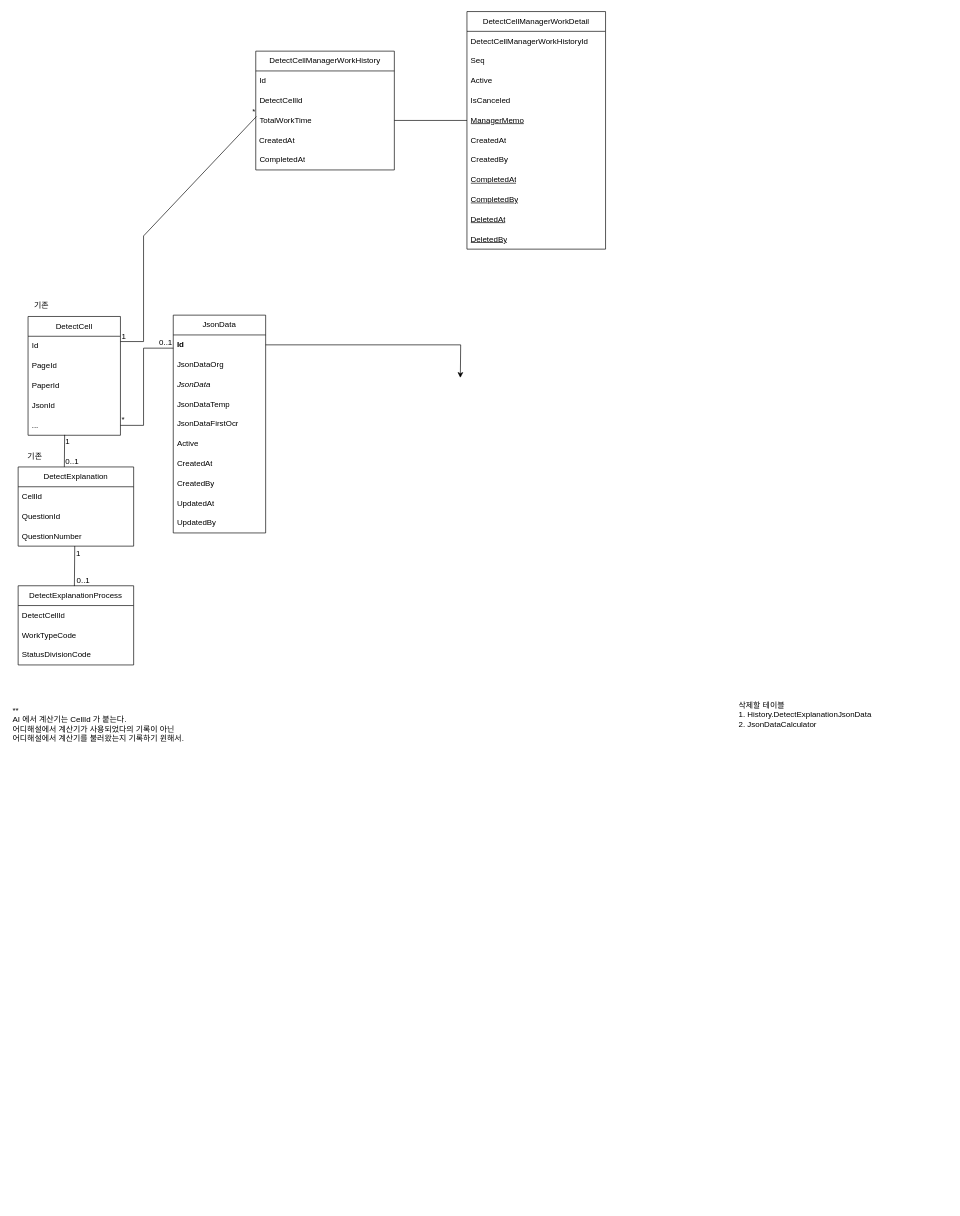
This is 해설계산기.drawio from hyeonzx/Explanation_Calculator, a draw.io file, before an edit. Source tidied: cells renumbered, new cells numbered last; positions are measured from the earlier drawing's top-left corner, leaving out a move shared by most shapes. Both pictures are drawn from the tidied source at 66%, with x=0, y=0 at pixel (11, 11).
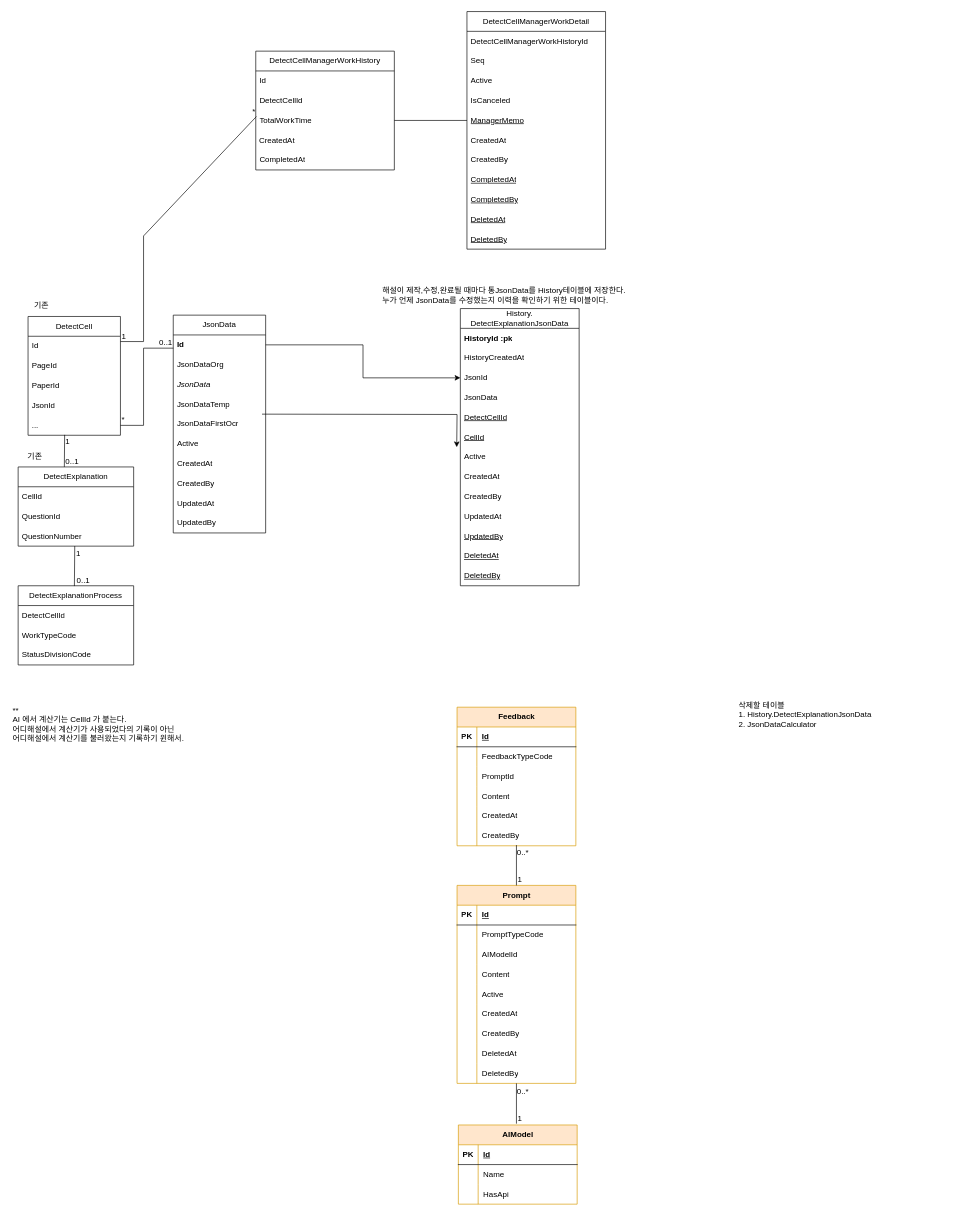
Above is the later version.

Commit message (it also covers changes not shown here):
해설계산기.drawio 업데이트

The change refers to these unchanged cells:
```xml
<mxCell id="3" value="&lt;b&gt;Id&lt;/b&gt;" style="text;strokeColor=none;fillColor=none;align=left;verticalAlign=middle;spacingLeft=4;spacingRight=4;overflow=hidden;points=[[0,0.5],[1,0.5]];portConstraint=eastwest;whiteSpace=wrap;html=1;" parent="2" vertex="1">
  <mxGeometry y="30" width="140" height="30" as="geometry" />
</mxCell>
```

Change to the diagram source:
```diff
@@
+    <mxCell id="63" value="History.&lt;div&gt;DetectExplanationJsonData&lt;/div&gt;" style="swimlane;fontStyle=0;horizontal=1;startSize=30;whiteSpace=wrap;html=1;" parent="1" vertex="1">
+      <mxGeometry x="680" y="450" width="180" height="420" as="geometry" />
+    </mxCell>
+    <mxCell id="64" value="&lt;b&gt;HistoryId :pk&lt;/b&gt;" style="text;strokeColor=none;fillColor=none;align=left;verticalAlign=middle;spacingLeft=4;spacingRight=4;overflow=hidden;whiteSpace=wrap;html=1;" parent="63" vertex="1">
+      <mxGeometry y="30" width="180" height="30" as="geometry" />
+    </mxCell>
+    <mxCell id="65" value="HistoryCreatedAt" style="text;strokeColor=none;fillColor=none;align=left;verticalAlign=middle;spacingLeft=4;spacingRight=4;overflow=hidden;whiteSpace=wrap;html=1;" parent="63" vertex="1">
+      <mxGeometry y="60" width="180" height="30" as="geometry" />
+    </mxCell>
+    <mxCell id="66" value="JsonId" style="text;strokeColor=none;fillColor=none;align=left;verticalAlign=middle;spacingLeft=4;spacingRight=4;overflow=hidden;points=[[0,0.5],[1,0.5]];portConstraint=eastwest;whiteSpace=wrap;html=1;" parent="63" vertex="1">
+      <mxGeometry y="90" width="180" height="30" as="geometry" />
+    </mxCell>
+    <mxCell id="67" value="JsonData" style="text;strokeColor=none;fillColor=none;align=left;verticalAlign=middle;spacingLeft=4;spacingRight=4;overflow=hidden;whiteSpace=wrap;html=1;" parent="63" vertex="1">
+      <mxGeometry y="120" width="180" height="30" as="geometry" />
+    </mxCell>
+    <mxCell id="68" value="&lt;u&gt;DetectCellId&lt;/u&gt;" style="text;strokeColor=none;fillColor=none;align=left;verticalAlign=middle;spacingLeft=4;spacingRight=4;overflow=hidden;whiteSpace=wrap;html=1;" parent="63" vertex="1">
+      <mxGeometry y="150" width="180" height="30" as="geometry" />
+    </mxCell>
+    <mxCell id="69" value="&lt;u&gt;CellId&lt;/u&gt;" style="text;strokeColor=none;fillColor=none;align=left;verticalAlign=middle;spacingLeft=4;spacingRight=4;overflow=hidden;whiteSpace=wrap;html=1;" parent="63" vertex="1">
+      <mxGeometry y="180" width="180" height="30" as="geometry" />
+    </mxCell>
+    <mxCell id="70" value="Active" style="text;strokeColor=none;fillColor=none;align=left;verticalAlign=middle;spacingLeft=4;spacingRight=4;overflow=hidden;whiteSpace=wrap;html=1;" parent="63" vertex="1">
+      <mxGeometry y="210" width="180" height="30" as="geometry" />
+    </mxCell>
+    <mxCell id="71" value="CreatedAt" style="text;strokeColor=none;fillColor=none;align=left;verticalAlign=middle;spacingLeft=4;spacingRight=4;overflow=hidden;whiteSpace=wrap;html=1;" parent="63" vertex="1">
+      <mxGeometry y="240" width="180" height="30" as="geometry" />
+    </mxCell>
+    <mxCell id="72" value="CreatedBy" style="text;strokeColor=none;fillColor=none;align=left;verticalAlign=middle;spacingLeft=4;spacingRight=4;overflow=hidden;whiteSpace=wrap;html=1;" parent="63" vertex="1">
+      <mxGeometry y="270" width="180" height="30" as="geometry" />
+    </mxCell>
+    <mxCell id="73" value="UpdatedAt" style="text;strokeColor=none;fillColor=none;align=left;verticalAlign=middle;spacingLeft=4;spacingRight=4;overflow=hidden;whiteSpace=wrap;html=1;" parent="63" vertex="1">
+      <mxGeometry y="300" width="180" height="30" as="geometry" />
+    </mxCell>
+    <mxCell id="74" value="&lt;u&gt;UpdatedBy&lt;/u&gt;" style="text;strokeColor=none;fillColor=none;align=left;verticalAlign=middle;spacingLeft=4;spacingRight=4;overflow=hidden;whiteSpace=wrap;html=1;" parent="63" vertex="1">
+      <mxGeometry y="330" width="180" height="30" as="geometry" />
+    </mxCell>
+    <mxCell id="75" value="&lt;u&gt;DeletedAt&lt;/u&gt;" style="text;strokeColor=none;fillColor=none;align=left;verticalAlign=middle;spacingLeft=4;spacingRight=4;overflow=hidden;whiteSpace=wrap;html=1;" parent="63" vertex="1">
+      <mxGeometry y="360" width="180" height="30" as="geometry" />
+    </mxCell>
+    <mxCell id="76" value="&lt;u&gt;DeletedBy&lt;/u&gt;" style="text;strokeColor=none;fillColor=none;align=left;verticalAlign=middle;spacingLeft=4;spacingRight=4;overflow=hidden;whiteSpace=wrap;html=1;" parent="63" vertex="1">
+      <mxGeometry y="390" width="180" height="30" as="geometry" />
+    </mxCell>
@@
-    <mxCell id="20" style="edgeStyle=orthogonalEdgeStyle;rounded=0;jettySize=auto;html=1;exitX=1;exitY=0.5;exitDx=0;exitDy=0;entryX=0;entryY=0.5;entryDx=0;entryDy=0;" parent="1" edge="1" source="3">
-      <mxGeometry relative="1" as="geometry">
-        <mxPoint x="680" y="555" as="targetPoint" />
-      </mxGeometry>
+    <mxCell id="20" style="edgeStyle=orthogonalEdgeStyle;rounded=0;jettySize=auto;html=1;exitX=1;exitY=0.5;exitDx=0;exitDy=0;entryX=0;entryY=0.5;entryDx=0;entryDy=0;" parent="1" edge="1" source="3" target="66">
+      <mxGeometry relative="1" as="geometry" />
     </mxCell>
+    <mxCell id="77" value="해설이 제작,수정,완료될 때마다 통JsonData를 History테이블에 저장한다.&lt;br&gt;누가 언제 JsonData를 수정했는지 이력을 확인하기 위한 테이블이다." style="text;html=1;align=left;verticalAlign=middle;strokeColor=none;fillColor=none;" parent="1" vertex="1">
+      <mxGeometry x="560" y="410" width="410" height="40" as="geometry" />
+    </mxCell>
@@
+    <mxCell id="78" value="Feedback" style="shape=table;startSize=30;childLayout=tableLayout;rowLines=0;fontStyle=1;align=center;html=1;fillColor=#ffe6cc;strokeColor=#d79b00;" parent="1" vertex="1">
+      <mxGeometry x="675" y="1054" width="180" height="210" as="geometry" />
+    </mxCell>
+    <mxCell id="79" style="shape=tableRow;horizontal=0;startSize=0;swimlaneHead=0;swimlaneBody=0;fillColor=none;top=0;left=0;right=0;bottom=1;" parent="78" vertex="1">
+      <mxGeometry y="30" width="180" height="30" as="geometry" />
+    </mxCell>
+    <mxCell id="80" value="PK" style="shape=partialRectangle;fillColor=none;top=0;left=0;bottom=0;right=0;fontStyle=1;overflow=hidden;whiteSpace=wrap;html=1;" parent="79" vertex="1">
+      <mxGeometry width="30" height="30" as="geometry" />
+    </mxCell>
+    <mxCell id="81" value="Id" style="shape=partialRectangle;fillColor=none;top=0;left=0;bottom=0;right=0;align=left;spacingLeft=6;fontStyle=5;overflow=hidden;whiteSpace=wrap;html=1;" parent="79" vertex="1">
+      <mxGeometry x="30" width="150" height="30" as="geometry" />
+    </mxCell>
+    <mxCell id="82" style="shape=tableRow;horizontal=0;startSize=0;swimlaneHead=0;swimlaneBody=0;fillColor=none;top=0;left=0;right=0;bottom=0;" parent="78" vertex="1">
+      <mxGeometry y="60" width="180" height="30" as="geometry" />
+    </mxCell>
+    <mxCell id="83" style="shape=partialRectangle;fillColor=none;top=0;left=0;bottom=0;right=0;overflow=hidden;whiteSpace=wrap;html=1;" parent="82" vertex="1">
+      <mxGeometry width="30" height="30" as="geometry" />
+    </mxCell>
+    <mxCell id="84" value="FeedbackTypeCode" style="shape=partialRectangle;fillColor=none;top=0;left=0;bottom=0;right=0;align=left;spacingLeft=6;overflow=hidden;whiteSpace=wrap;html=1;" parent="82" vertex="1">
+      <mxGeometry x="30" width="150" height="30" as="geometry" />
+    </mxCell>
+    <mxCell id="85" style="shape=tableRow;horizontal=0;startSize=0;swimlaneHead=0;swimlaneBody=0;fillColor=none;top=0;left=0;right=0;bottom=0;" parent="78" vertex="1">
+      <mxGeometry y="90" width="180" height="30" as="geometry" />
+    </mxCell>
+    <mxCell id="86" style="shape=partialRectangle;fillColor=none;top=0;left=0;bottom=0;right=0;overflow=hidden;whiteSpace=wrap;html=1;" parent="85" vertex="1">
+      <mxGeometry width="30" height="30" as="geometry" />
+    </mxCell>
+    <mxCell id="87" value="PromptId" style="shape=partialRectangle;fillColor=none;top=0;left=0;bottom=0;right=0;align=left;spacingLeft=6;overflow=hidden;whiteSpace=wrap;html=1;" parent="85" vertex="1">
+      <mxGeometry x="30" width="150" height="30" as="geometry" />
+    </mxCell>
+    <mxCell id="88" style="shape=tableRow;horizontal=0;startSize=0;swimlaneHead=0;swimlaneBody=0;fillColor=none;top=0;left=0;right=0;bottom=0;" parent="78" vertex="1">
+      <mxGeometry y="120" width="180" height="30" as="geometry" />
+    </mxCell>
+    <mxCell id="89" style="shape=partialRectangle;fillColor=none;top=0;left=0;bottom=0;right=0;overflow=hidden;whiteSpace=wrap;html=1;" parent="88" vertex="1">
+      <mxGeometry width="30" height="30" as="geometry" />
+    </mxCell>
+    <mxCell id="90" value="Content" style="shape=partialRectangle;fillColor=none;top=0;left=0;bottom=0;right=0;align=left;spacingLeft=6;overflow=hidden;whiteSpace=wrap;html=1;" parent="88" vertex="1">
+      <mxGeometry x="30" width="150" height="30" as="geometry" />
+    </mxCell>
+    <mxCell id="91" style="shape=tableRow;horizontal=0;startSize=0;swimlaneHead=0;swimlaneBody=0;fillColor=none;top=0;left=0;right=0;bottom=0;" parent="78" vertex="1">
+      <mxGeometry y="150" width="180" height="30" as="geometry" />
+    </mxCell>
+    <mxCell id="92" style="shape=partialRectangle;fillColor=none;top=0;left=0;bottom=0;right=0;overflow=hidden;whiteSpace=wrap;html=1;" parent="91" vertex="1">
+      <mxGeometry width="30" height="30" as="geometry" />
+    </mxCell>
+    <mxCell id="93" value="CreatedAt" style="shape=partialRectangle;fillColor=none;top=0;left=0;bottom=0;right=0;align=left;spacingLeft=6;overflow=hidden;whiteSpace=wrap;html=1;" parent="91" vertex="1">
+      <mxGeometry x="30" width="150" height="30" as="geometry" />
+    </mxCell>
+    <mxCell id="94" style="shape=tableRow;horizontal=0;startSize=0;swimlaneHead=0;swimlaneBody=0;fillColor=none;top=0;left=0;right=0;bottom=0;" parent="78" vertex="1">
+      <mxGeometry y="180" width="180" height="30" as="geometry" />
+    </mxCell>
+    <mxCell id="95" style="shape=partialRectangle;fillColor=none;top=0;left=0;bottom=0;right=0;overflow=hidden;whiteSpace=wrap;html=1;" parent="94" vertex="1">
+      <mxGeometry width="30" height="30" as="geometry" />
+    </mxCell>
+    <mxCell id="96" value="CreatedBy" style="shape=partialRectangle;fillColor=none;top=0;left=0;bottom=0;right=0;align=left;spacingLeft=6;overflow=hidden;whiteSpace=wrap;html=1;" parent="94" vertex="1">
+      <mxGeometry x="30" width="150" height="30" as="geometry" />
+    </mxCell>
+    <mxCell id="97" value="Prompt" style="shape=table;startSize=30;childLayout=tableLayout;rowLines=0;fontStyle=1;align=center;html=1;fillColor=#ffe6cc;strokeColor=#d79b00;" parent="1" vertex="1">
+      <mxGeometry x="675" y="1324" width="180" height="300" as="geometry" />
+    </mxCell>
+    <mxCell id="98" style="shape=tableRow;horizontal=0;startSize=0;swimlaneHead=0;swimlaneBody=0;fillColor=none;top=0;left=0;right=0;bottom=1;" parent="97" vertex="1">
+      <mxGeometry y="30" width="180" height="30" as="geometry" />
+    </mxCell>
+    <mxCell id="99" value="PK" style="shape=partialRectangle;fillColor=none;top=0;left=0;bottom=0;right=0;fontStyle=1;overflow=hidden;whiteSpace=wrap;html=1;" parent="98" vertex="1">
+      <mxGeometry width="30" height="30" as="geometry" />
+    </mxCell>
+    <mxCell id="100" value="Id" style="shape=partialRectangle;fillColor=none;top=0;left=0;bottom=0;right=0;align=left;spacingLeft=6;fontStyle=5;overflow=hidden;whiteSpace=wrap;html=1;" parent="98" vertex="1">
+      <mxGeometry x="30" width="150" height="30" as="geometry" />
+    </mxCell>
+    <mxCell id="101" style="shape=tableRow;horizontal=0;startSize=0;swimlaneHead=0;swimlaneBody=0;fillColor=none;top=0;left=0;right=0;bottom=0;" parent="97" vertex="1">
+      <mxGeometry y="60" width="180" height="30" as="geometry" />
+    </mxCell>
+    <mxCell id="102" style="shape=partialRectangle;fillColor=none;top=0;left=0;bottom=0;right=0;overflow=hidden;whiteSpace=wrap;html=1;" parent="101" vertex="1">
+      <mxGeometry width="30" height="30" as="geometry" />
+    </mxCell>
+    <mxCell id="103" value="PromptTypeCode" style="shape=partialRectangle;fillColor=none;top=0;left=0;bottom=0;right=0;align=left;spacingLeft=6;overflow=hidden;whiteSpace=wrap;html=1;" parent="101" vertex="1">
+      <mxGeometry x="30" width="150" height="30" as="geometry" />
+    </mxCell>
+    <mxCell id="104" style="shape=tableRow;horizontal=0;startSize=0;swimlaneHead=0;swimlaneBody=0;fillColor=none;top=0;left=0;right=0;bottom=0;" parent="97" vertex="1">
+      <mxGeometry y="90" width="180" height="30" as="geometry" />
+    </mxCell>
+    <mxCell id="105" style="shape=partialRectangle;fillColor=none;top=0;left=0;bottom=0;right=0;overflow=hidden;whiteSpace=wrap;html=1;" parent="104" vertex="1">
+      <mxGeometry width="30" height="30" as="geometry" />
+    </mxCell>
+    <mxCell id="106" value="AIModelId" style="shape=partialRectangle;fillColor=none;top=0;left=0;bottom=0;right=0;align=left;spacingLeft=6;overflow=hidden;whiteSpace=wrap;html=1;" parent="104" vertex="1">
+      <mxGeometry x="30" width="150" height="30" as="geometry" />
+    </mxCell>
+    <mxCell id="107" style="shape=tableRow;horizontal=0;startSize=0;swimlaneHead=0;swimlaneBody=0;fillColor=none;top=0;left=0;right=0;bottom=0;" parent="97" vertex="1">
+      <mxGeometry y="120" width="180" height="30" as="geometry" />
+    </mxCell>
+    <mxCell id="108" style="shape=partialRectangle;fillColor=none;top=0;left=0;bottom=0;right=0;overflow=hidden;whiteSpace=wrap;html=1;" parent="107" vertex="1">
+      <mxGeometry width="30" height="30" as="geometry" />
+    </mxCell>
+    <mxCell id="109" value="Content" style="shape=partialRectangle;fillColor=none;top=0;left=0;bottom=0;right=0;align=left;spacingLeft=6;overflow=hidden;whiteSpace=wrap;html=1;" parent="107" vertex="1">
+      <mxGeometry x="30" width="150" height="30" as="geometry" />
+    </mxCell>
+    <mxCell id="110" style="shape=tableRow;horizontal=0;startSize=0;swimlaneHead=0;swimlaneBody=0;fillColor=none;top=0;left=0;right=0;bottom=0;" parent="97" vertex="1">
+      <mxGeometry y="150" width="180" height="30" as="geometry" />
+    </mxCell>
+    <mxCell id="111" style="shape=partialRectangle;fillColor=none;top=0;left=0;bottom=0;right=0;overflow=hidden;whiteSpace=wrap;html=1;" parent="110" vertex="1">
+      <mxGeometry width="30" height="30" as="geometry" />
+    </mxCell>
+    <mxCell id="112" value="Active" style="shape=partialRectangle;fillColor=none;top=0;left=0;bottom=0;right=0;align=left;spacingLeft=6;overflow=hidden;whiteSpace=wrap;html=1;" parent="110" vertex="1">
+      <mxGeometry x="30" width="150" height="30" as="geometry" />
+    </mxCell>
+    <mxCell id="113" style="shape=tableRow;horizontal=0;startSize=0;swimlaneHead=0;swimlaneBody=0;fillColor=none;top=0;left=0;right=0;bottom=0;" parent="97" vertex="1">
+      <mxGeometry y="180" width="180" height="30" as="geometry" />
+    </mxCell>
+    <mxCell id="114" style="shape=partialRectangle;fillColor=none;top=0;left=0;bottom=0;right=0;overflow=hidden;whiteSpace=wrap;html=1;" parent="113" vertex="1">
+      <mxGeometry width="30" height="30" as="geometry" />
+    </mxCell>
+    <mxCell id="115" value="CreatedAt" style="shape=partialRectangle;fillColor=none;top=0;left=0;bottom=0;right=0;align=left;spacingLeft=6;overflow=hidden;whiteSpace=wrap;html=1;" parent="113" vertex="1">
+      <mxGeometry x="30" width="150" height="30" as="geometry" />
+    </mxCell>
+    <mxCell id="116" style="shape=tableRow;horizontal=0;startSize=0;swimlaneHead=0;swimlaneBody=0;fillColor=none;top=0;left=0;right=0;bottom=0;" parent="97" vertex="1">
+      <mxGeometry y="210" width="180" height="30" as="geometry" />
+    </mxCell>
+    <mxCell id="117" style="shape=partialRectangle;fillColor=none;top=0;left=0;bottom=0;right=0;overflow=hidden;whiteSpace=wrap;html=1;" parent="116" vertex="1">
+      <mxGeometry width="30" height="30" as="geometry" />
+    </mxCell>
+    <mxCell id="118" value="CreatedBy" style="shape=partialRectangle;fillColor=none;top=0;left=0;bottom=0;right=0;align=left;spacingLeft=6;overflow=hidden;whiteSpace=wrap;html=1;" parent="116" vertex="1">
+      <mxGeometry x="30" width="150" height="30" as="geometry" />
+    </mxCell>
+    <mxCell id="119" style="shape=tableRow;horizontal=0;startSize=0;swimlaneHead=0;swimlaneBody=0;fillColor=none;top=0;left=0;right=0;bottom=0;" parent="97" vertex="1">
+      <mxGeometry y="240" width="180" height="30" as="geometry" />
+    </mxCell>
+    <mxCell id="120" style="shape=partialRectangle;fillColor=none;top=0;left=0;bottom=0;right=0;overflow=hidden;whiteSpace=wrap;html=1;" parent="119" vertex="1">
+      <mxGeometry width="30" height="30" as="geometry" />
+    </mxCell>
+    <mxCell id="121" value="DeletedAt" style="shape=partialRectangle;fillColor=none;top=0;left=0;bottom=0;right=0;align=left;spacingLeft=6;overflow=hidden;whiteSpace=wrap;html=1;" parent="119" vertex="1">
+      <mxGeometry x="30" width="150" height="30" as="geometry" />
+    </mxCell>
+    <mxCell id="122" style="shape=tableRow;horizontal=0;startSize=0;swimlaneHead=0;swimlaneBody=0;fillColor=none;top=0;left=0;right=0;bottom=0;" parent="97" vertex="1">
+      <mxGeometry y="270" width="180" height="30" as="geometry" />
+    </mxCell>
+    <mxCell id="123" style="shape=partialRectangle;fillColor=none;top=0;left=0;bottom=0;right=0;overflow=hidden;whiteSpace=wrap;html=1;" parent="122" vertex="1">
+      <mxGeometry width="30" height="30" as="geometry" />
+    </mxCell>
+    <mxCell id="124" value="DeletedBy" style="shape=partialRectangle;fillColor=none;top=0;left=0;bottom=0;right=0;align=left;spacingLeft=6;overflow=hidden;whiteSpace=wrap;html=1;" parent="122" vertex="1">
+      <mxGeometry x="30" width="150" height="30" as="geometry" />
+    </mxCell>
+    <mxCell id="125" style="endArrow=none;html=1;rounded=0;exitX=0.5;exitY=0;exitDx=0;exitDy=0;entryX=0.5;entryY=0.976;entryDx=0;entryDy=0;entryPerimeter=0;" parent="1" edge="1">
+      <mxGeometry relative="1" as="geometry">
+        <mxPoint x="765" y="1324" as="sourcePoint" />
+        <mxPoint x="765" y="1263" as="targetPoint" />
+      </mxGeometry>
+    </mxCell>
+    <mxCell id="126" value="1" style="html=1;whiteSpace=wrap;align=left;verticalAlign=bottom;" parent="125" vertex="1">
+      <mxGeometry x="-1" relative="1" as="geometry" />
+    </mxCell>
+    <mxCell id="127" value="0..*" style="html=1;whiteSpace=wrap;align=right;verticalAlign=bottom;" parent="125" vertex="1">
+      <mxGeometry x="1" relative="1" as="geometry">
+        <mxPoint x="20" y="20" as="offset" />
+      </mxGeometry>
+    </mxCell>
+    <mxCell id="128" value="AIModel" style="shape=table;startSize=30;childLayout=tableLayout;rowLines=0;fontStyle=1;align=center;html=1;fillColor=#ffe6cc;strokeColor=#d79b00;" parent="1" vertex="1">
+      <mxGeometry x="677" y="1687" width="180" height="120" as="geometry" />
+    </mxCell>
+    <mxCell id="129" style="shape=tableRow;horizontal=0;startSize=0;swimlaneHead=0;swimlaneBody=0;fillColor=none;top=0;left=0;right=0;bottom=1;" parent="128" vertex="1">
+      <mxGeometry y="30" width="180" height="30" as="geometry" />
+    </mxCell>
+    <mxCell id="130" value="PK" style="shape=partialRectangle;fillColor=none;top=0;left=0;bottom=0;right=0;fontStyle=1;overflow=hidden;whiteSpace=wrap;html=1;" parent="129" vertex="1">
+      <mxGeometry width="30" height="30" as="geometry" />
+    </mxCell>
+    <mxCell id="131" value="Id" style="shape=partialRectangle;fillColor=none;top=0;left=0;bottom=0;right=0;align=left;spacingLeft=6;fontStyle=5;overflow=hidden;whiteSpace=wrap;html=1;" parent="129" vertex="1">
+      <mxGeometry x="30" width="150" height="30" as="geometry" />
+    </mxCell>
+    <mxCell id="132" style="shape=tableRow;horizontal=0;startSize=0;swimlaneHead=0;swimlaneBody=0;fillColor=none;top=0;left=0;right=0;bottom=0;" parent="128" vertex="1">
+      <mxGeometry y="60" width="180" height="30" as="geometry" />
+    </mxCell>
+    <mxCell id="133" style="shape=partialRectangle;fillColor=none;top=0;left=0;bottom=0;right=0;overflow=hidden;whiteSpace=wrap;html=1;" parent="132" vertex="1">
+      <mxGeometry width="30" height="30" as="geometry" />
+    </mxCell>
+    <mxCell id="134" value="Name" style="shape=partialRectangle;fillColor=none;top=0;left=0;bottom=0;right=0;align=left;spacingLeft=6;overflow=hidden;whiteSpace=wrap;html=1;" parent="132" vertex="1">
+      <mxGeometry x="30" width="150" height="30" as="geometry" />
+    </mxCell>
+    <mxCell id="135" style="shape=tableRow;horizontal=0;startSize=0;swimlaneHead=0;swimlaneBody=0;fillColor=none;top=0;left=0;right=0;bottom=0;" parent="128" vertex="1">
+      <mxGeometry y="90" width="180" height="30" as="geometry" />
+    </mxCell>
+    <mxCell id="136" style="shape=partialRectangle;fillColor=none;top=0;left=0;bottom=0;right=0;overflow=hidden;whiteSpace=wrap;html=1;" parent="135" vertex="1">
+      <mxGeometry width="30" height="30" as="geometry" />
+    </mxCell>
+    <mxCell id="137" value="HasApi" style="shape=partialRectangle;fillColor=none;top=0;left=0;bottom=0;right=0;align=left;spacingLeft=6;overflow=hidden;whiteSpace=wrap;html=1;" parent="135" vertex="1">
+      <mxGeometry x="30" width="150" height="30" as="geometry" />
+    </mxCell>
+    <mxCell id="138" style="endArrow=none;html=1;rounded=0;exitX=0.5;exitY=0;exitDx=0;exitDy=0;entryX=0.5;entryY=0.976;entryDx=0;entryDy=0;entryPerimeter=0;" parent="1" edge="1">
+      <mxGeometry relative="1" as="geometry">
+        <mxPoint x="765" y="1685" as="sourcePoint" />
+        <mxPoint x="765" y="1624" as="targetPoint" />
+      </mxGeometry>
+    </mxCell>
+    <mxCell id="139" value="1" style="html=1;whiteSpace=wrap;align=left;verticalAlign=bottom;" parent="138" vertex="1">
+      <mxGeometry x="-1" relative="1" as="geometry" />
+    </mxCell>
+    <mxCell id="140" value="0..*" style="html=1;whiteSpace=wrap;align=right;verticalAlign=bottom;" parent="138" vertex="1">
+      <mxGeometry x="1" relative="1" as="geometry">
+        <mxPoint x="20" y="20" as="offset" />
+      </mxGeometry>
+    </mxCell>
+    <mxCell id="141" style="edgeStyle=orthogonalEdgeStyle;rounded=0;orthogonalLoop=1;jettySize=auto;html=1;exitX=1;exitY=0.5;exitDx=0;exitDy=0;entryX=0;entryY=0.5;entryDx=0;entryDy=0;" parent="1" edge="1">
+      <mxGeometry relative="1" as="geometry">
+        <mxPoint x="379.5" y="610" as="sourcePoint" />
+        <mxPoint x="674.5" y="660" as="targetPoint" />
+      </mxGeometry>
+    </mxCell>
```
